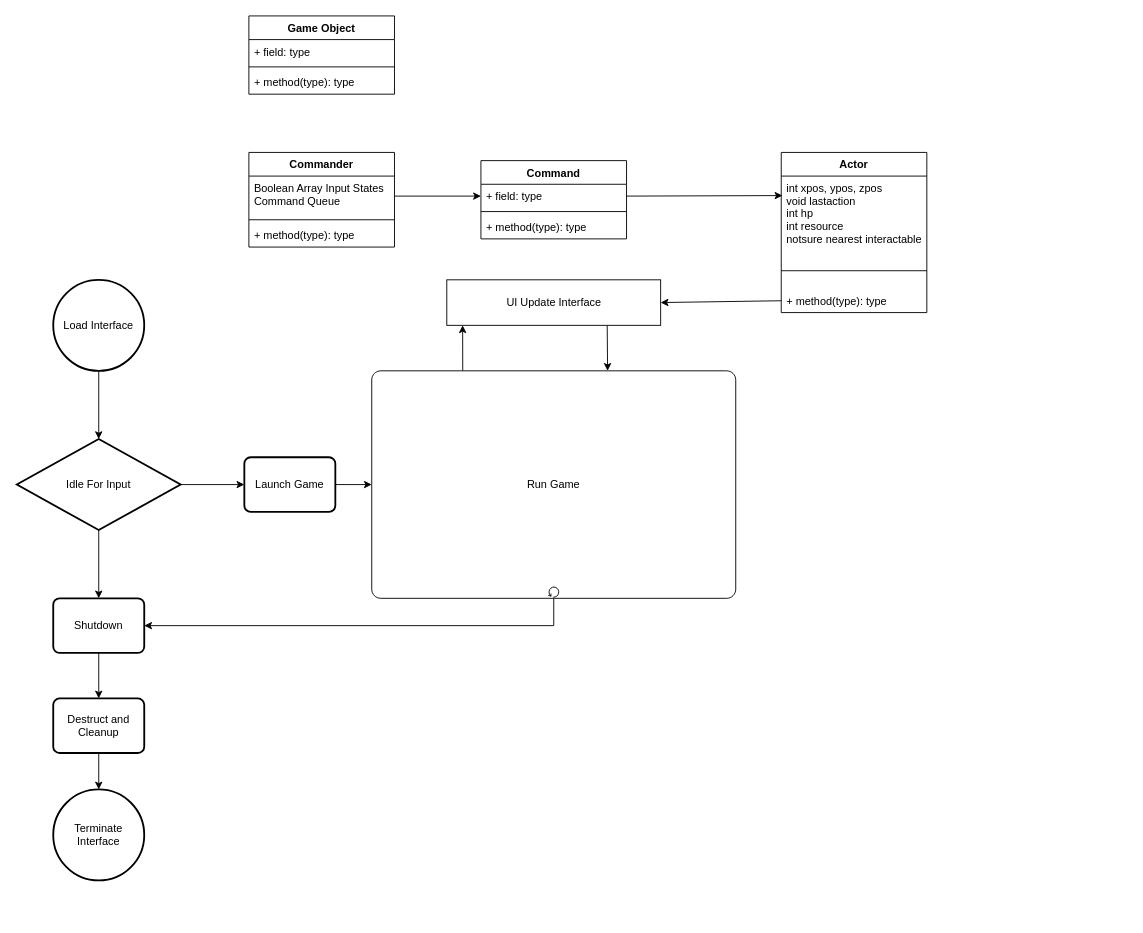
The draw.io diagram CommandPatternGame.drawio in KentonYoung/CPP-Portfolio, before the edit. Source tidied: cells renumbered, new cells numbered last; positions are measured from the earlier drawing's top-left corner, leaving out a move shared by most shapes. Both pictures are drawn from the tidied source at 91%, with x=0, y=0 at pixel (16, 15).
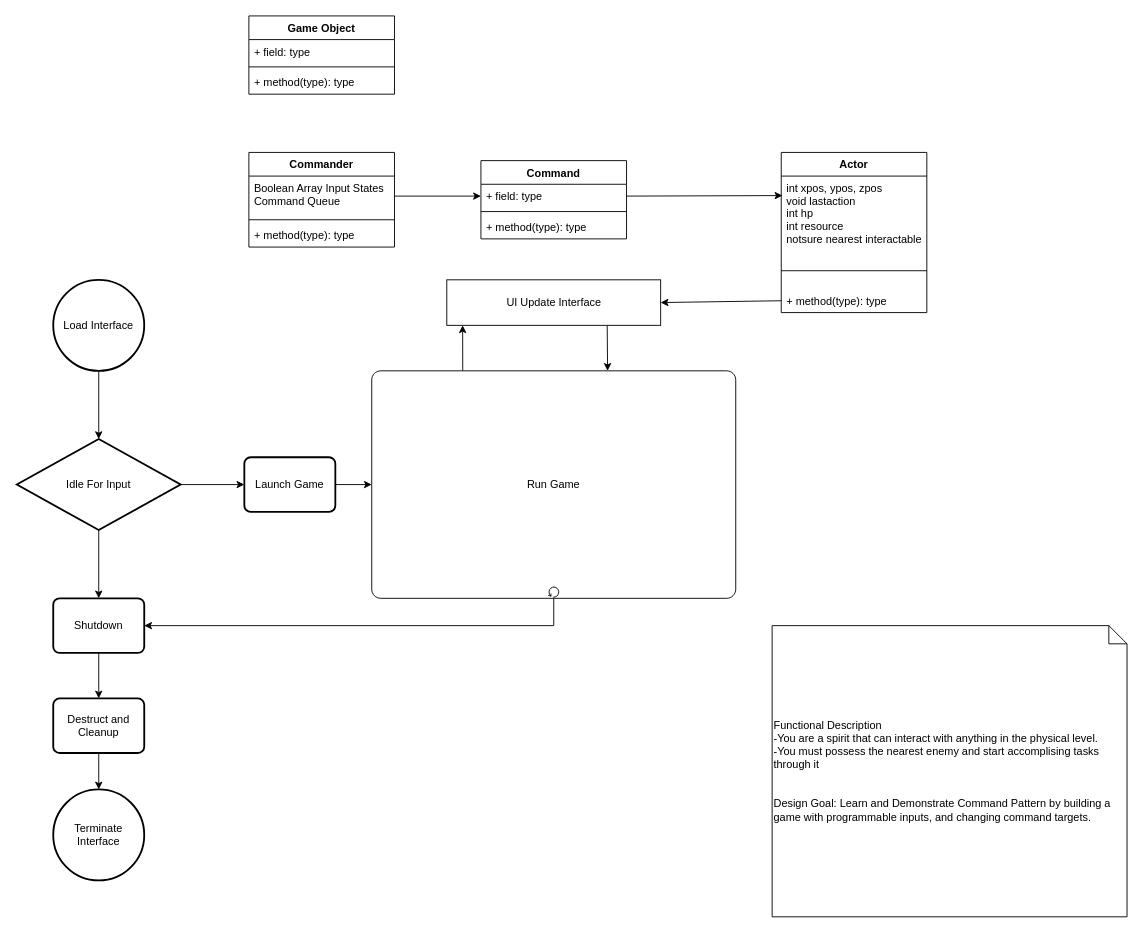
The same page after the edit.

Diff of the diagram source:
```diff
@@
+    <mxCell id="38" value="Functional Description&lt;br&gt;-You are a spirit that can interact with anything in the physical level.&lt;br&gt;-You must possess the nearest enemy and start accomplising tasks through it&lt;br&gt;&lt;br&gt;&lt;br&gt;Design Goal: Learn and Demonstrate Command Pattern by building a game with programmable inputs, and changing command targets." style="shape=note;size=20;whiteSpace=wrap;html=1;align=left;" parent="1" vertex="1">
+      <mxGeometry x="830" y="670" width="390" height="320" as="geometry" />
+    </mxCell>
```
